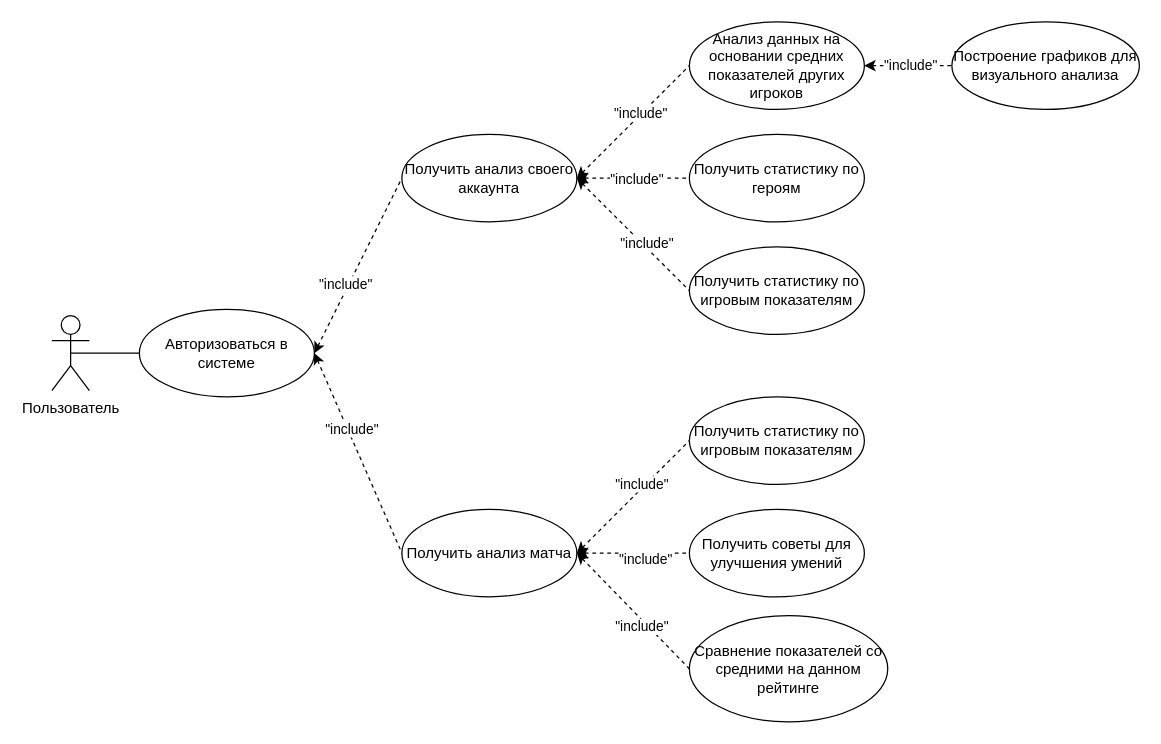
Above: Документы/use_case.drawio in westcrime/dota-master (draw.io), before the change. Source tidied: cells renumbered, new cells numbered last; positions are measured from the earlier drawing's top-left corner, leaving out a move shared by most shapes. Both pictures are drawn from the tidied source at 125%, with x=0, y=0 at pixel (51, 21).
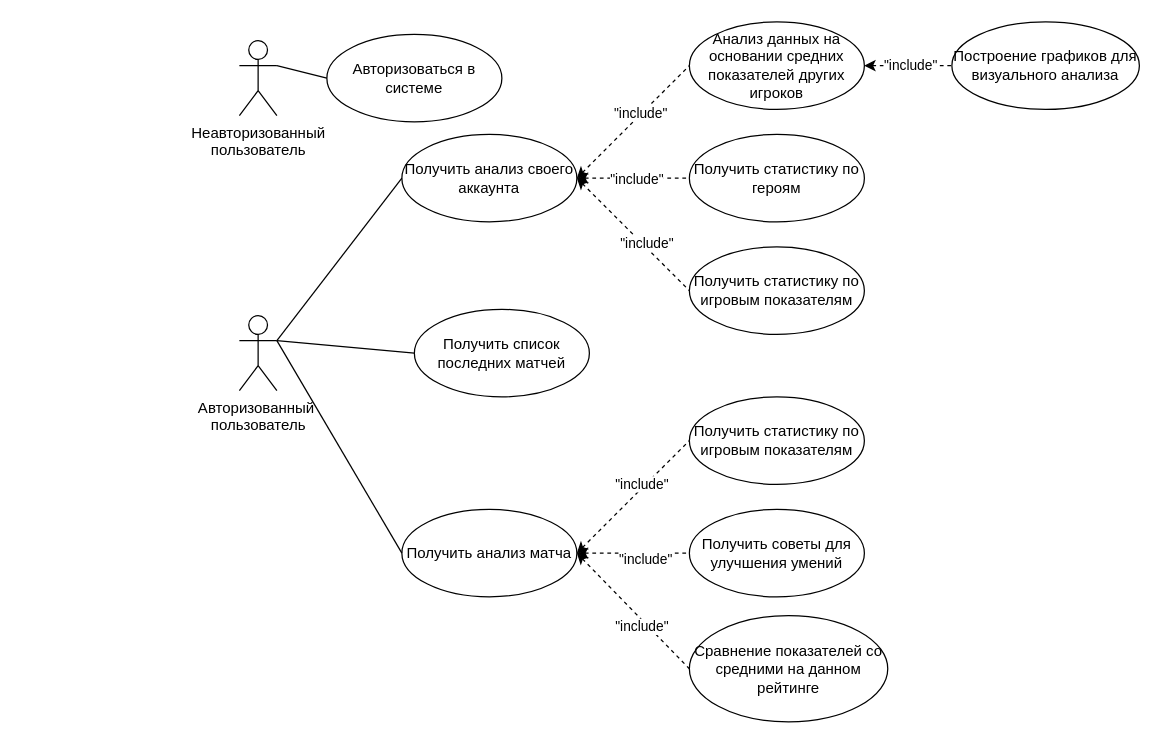
After the change.

Unchanged cells that the change refers to:
```xml
<mxCell id="4" value="Получить анализ своего аккаунта" style="ellipse;whiteSpace=wrap;html=1;" parent="1" vertex="1">
  <mxGeometry x="280" y="90" width="140" height="70" as="geometry" />
</mxCell>
<mxCell id="20" value="Получить анализ матча" style="ellipse;whiteSpace=wrap;html=1;" parent="1" vertex="1">
  <mxGeometry x="280" y="390" width="140" height="70" as="geometry" />
</mxCell>
```

Diff of the diagram source:
```diff
@@
-    <mxCell id="2" value="Пользователь" style="shape=umlActor;verticalLabelPosition=bottom;verticalAlign=top;html=1;" parent="1" vertex="1">
-      <mxGeometry y="235" width="30" height="60" as="geometry" />
+    <mxCell id="2" value="Авторизованный&amp;nbsp;&lt;div&gt;пользователь&lt;/div&gt;" style="shape=umlActor;verticalLabelPosition=bottom;verticalAlign=top;html=1;" parent="1" vertex="1">
+      <mxGeometry x="150" y="235" width="30" height="60" as="geometry" />
     </mxCell>
-    <mxCell id="3" value="Авторизоваться в системе" style="ellipse;whiteSpace=wrap;html=1;" parent="1" vertex="1">
-      <mxGeometry x="70" y="230" width="140" height="70" as="geometry" />
-    </mxCell>
@@
-    <mxCell id="17" style="endArrow=none;endFill=0;endSize=24;html=1;rounded=0;entryX=0;entryY=0.5;entryDx=0;entryDy=0;exitX=0.5;exitY=0.5;exitDx=0;exitDy=0;exitPerimeter=0;" parent="1" edge="1" source="2" target="3">
-      <mxGeometry relative="1" as="geometry" />
-    </mxCell>
-    <mxCell id="18" style="endArrow=none;dashed=1;endFill=0;endSize=12;html=1;rounded=0;exitX=1;exitY=0.5;exitDx=0;exitDy=0;entryX=0;entryY=0.5;entryDx=0;entryDy=0;startArrow=classic;startFill=1;" parent="1" edge="1" source="3" target="4">
-      <mxGeometry relative="1" as="geometry" />
-    </mxCell>
-    <mxCell id="19" value="&quot;include&quot;" style="edgeLabel;html=1;align=center;verticalAlign=middle;" parent="18" vertex="1">
-      <mxGeometry x="-0.23" y="3" relative="1" as="geometry" />
-    </mxCell>
@@
-    <mxCell id="21" style="endArrow=none;dashed=1;endFill=0;endSize=12;html=1;rounded=0;exitX=1;exitY=0.5;exitDx=0;exitDy=0;entryX=0;entryY=0.5;entryDx=0;entryDy=0;startArrow=classic;startFill=1;" parent="1" edge="1" source="3" target="20">
-      <mxGeometry relative="1" as="geometry" />
-    </mxCell>
-    <mxCell id="22" value="&quot;include&quot;" style="edgeLabel;html=1;align=center;verticalAlign=middle;" parent="21" vertex="1">
-      <mxGeometry x="-0.23" y="3" relative="1" as="geometry" />
-    </mxCell>
@@
+    <mxCell id="32" value="Неавторизованный&lt;div&gt;пользователь&lt;/div&gt;" style="shape=umlActor;verticalLabelPosition=bottom;verticalAlign=top;html=1;" parent="1" vertex="1">
+      <mxGeometry x="150" y="15" width="30" height="60" as="geometry" />
+    </mxCell>
+    <mxCell id="3" value="Авторизоваться в системе" style="ellipse;whiteSpace=wrap;html=1;" parent="1" vertex="1">
+      <mxGeometry x="220" y="10" width="140" height="70" as="geometry" />
+    </mxCell>
+    <mxCell id="33" style="endArrow=none;endFill=0;endSize=24;html=1;rounded=0;entryX=0;entryY=0.5;entryDx=0;entryDy=0;exitX=1;exitY=0.3333333333333333;exitDx=0;exitDy=0;exitPerimeter=0;" parent="1" edge="1" source="32" target="3">
+      <mxGeometry relative="1" as="geometry" />
+    </mxCell>
+    <mxCell id="34" value="Получить список последних матчей" style="ellipse;whiteSpace=wrap;html=1;" parent="1" vertex="1">
+      <mxGeometry x="290" y="230" width="140" height="70" as="geometry" />
+    </mxCell>
+    <mxCell id="35" style="endArrow=none;html=1;rounded=0;exitX=1;exitY=0.3333333333333333;exitDx=0;exitDy=0;exitPerimeter=0;entryX=0;entryY=0.5;entryDx=0;entryDy=0;" parent="1" edge="1" source="2" target="4">
+      <mxGeometry relative="1" as="geometry" />
+    </mxCell>
+    <mxCell id="36" style="endArrow=none;html=1;rounded=0;exitX=1;exitY=0.3333333333333333;exitDx=0;exitDy=0;exitPerimeter=0;entryX=0;entryY=0.5;entryDx=0;entryDy=0;" parent="1" edge="1" source="2" target="34">
+      <mxGeometry relative="1" as="geometry" />
+    </mxCell>
+    <mxCell id="37" style="endArrow=none;html=1;rounded=0;exitX=1;exitY=0.3333333333333333;exitDx=0;exitDy=0;exitPerimeter=0;entryX=0;entryY=0.5;entryDx=0;entryDy=0;" parent="1" edge="1" source="2" target="20">
+      <mxGeometry relative="1" as="geometry" />
+    </mxCell>
```
